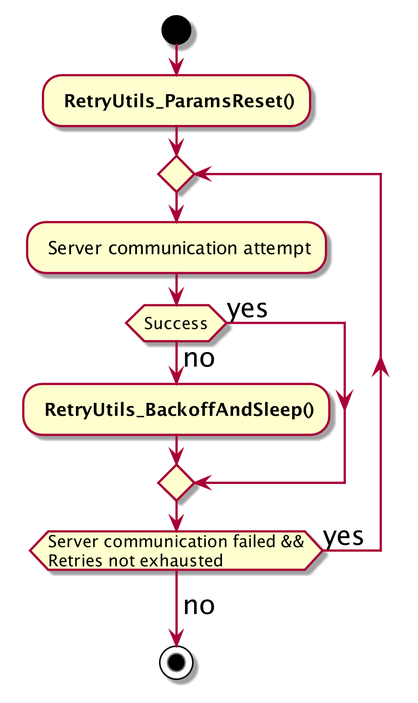
aws/aws-iot-device-sdk-embedded-C keeps this PlantUML diagram as docs/doxygen/images/retry_utils_flow.png. Above is the earlier version.
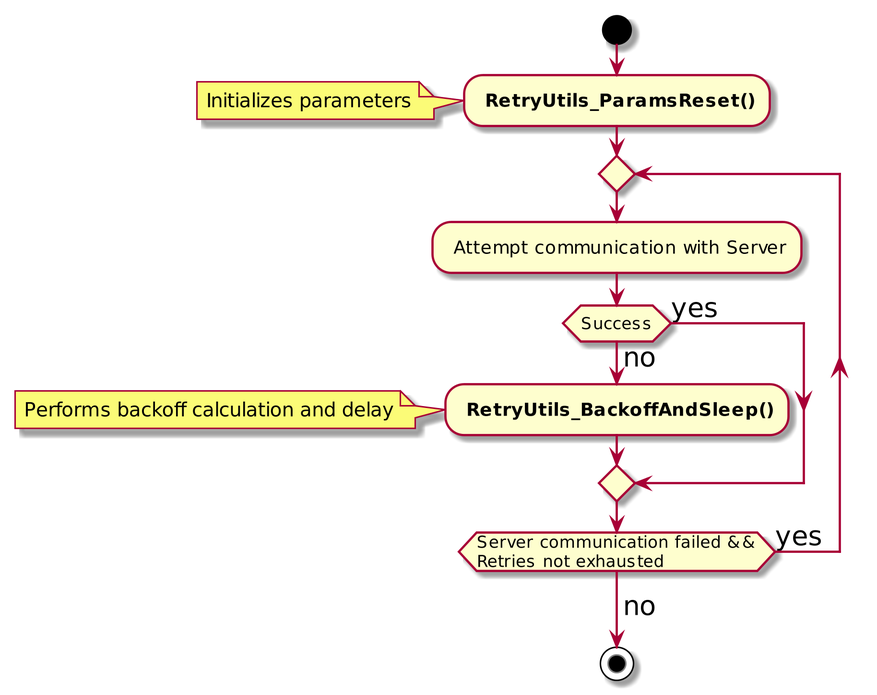
The same diagram one commit later.

Commit message:
Minor improvements in documentations of retry utils (#1262)

Change to the diagram source:
```diff
@@ -1,16 +1,20 @@
 @startuml
+
 skinparam dpi 300
 skinparam ArrowFontSize 18
 
 start
 : **RetryUtils_ParamsReset()**;
+note: Initializes parameters
 repeat
-	: Server communication attempt;
+	: Attempt communication with Server;
 	if (Success) then (no)
     	: **RetryUtils_BackoffAndSleep()**;
+		note: Performs backoff calculation and delay
     else (yes)
     endif
 repeat while (Server communication failed &&\nRetries not exhausted) is (yes)
 -> no;
 stop
+
 @enduml
```
